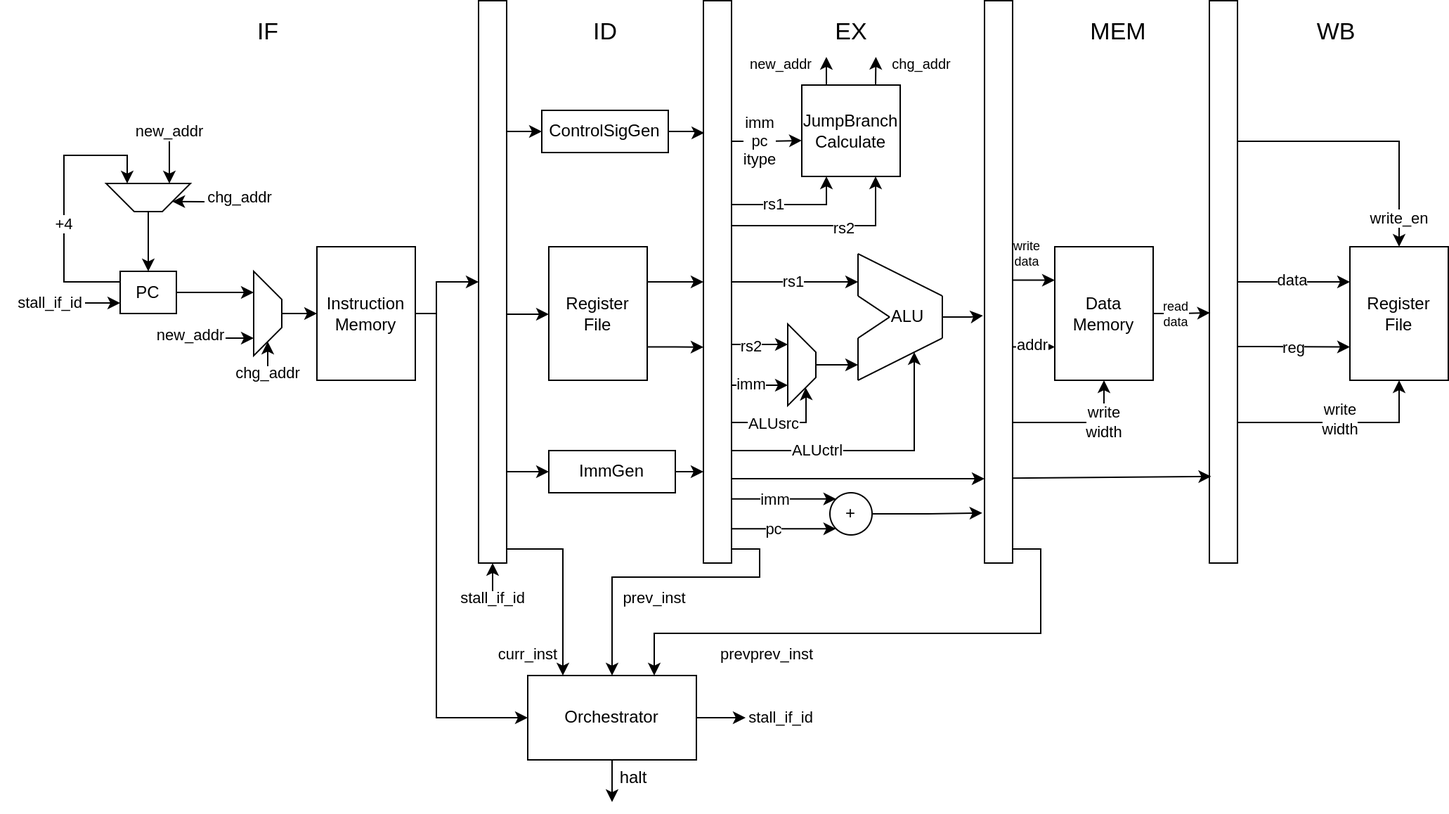
The draw.io diagram Report/Text/MainBody/img/processor_5stage_pipeline.drawio.png in ntpt7921/CompEngProj, before a commit. Source tidied: cells renumbered, new cells last; positions are measured from the earlier drawing's top-left corner, leaving out a move shared by most shapes.
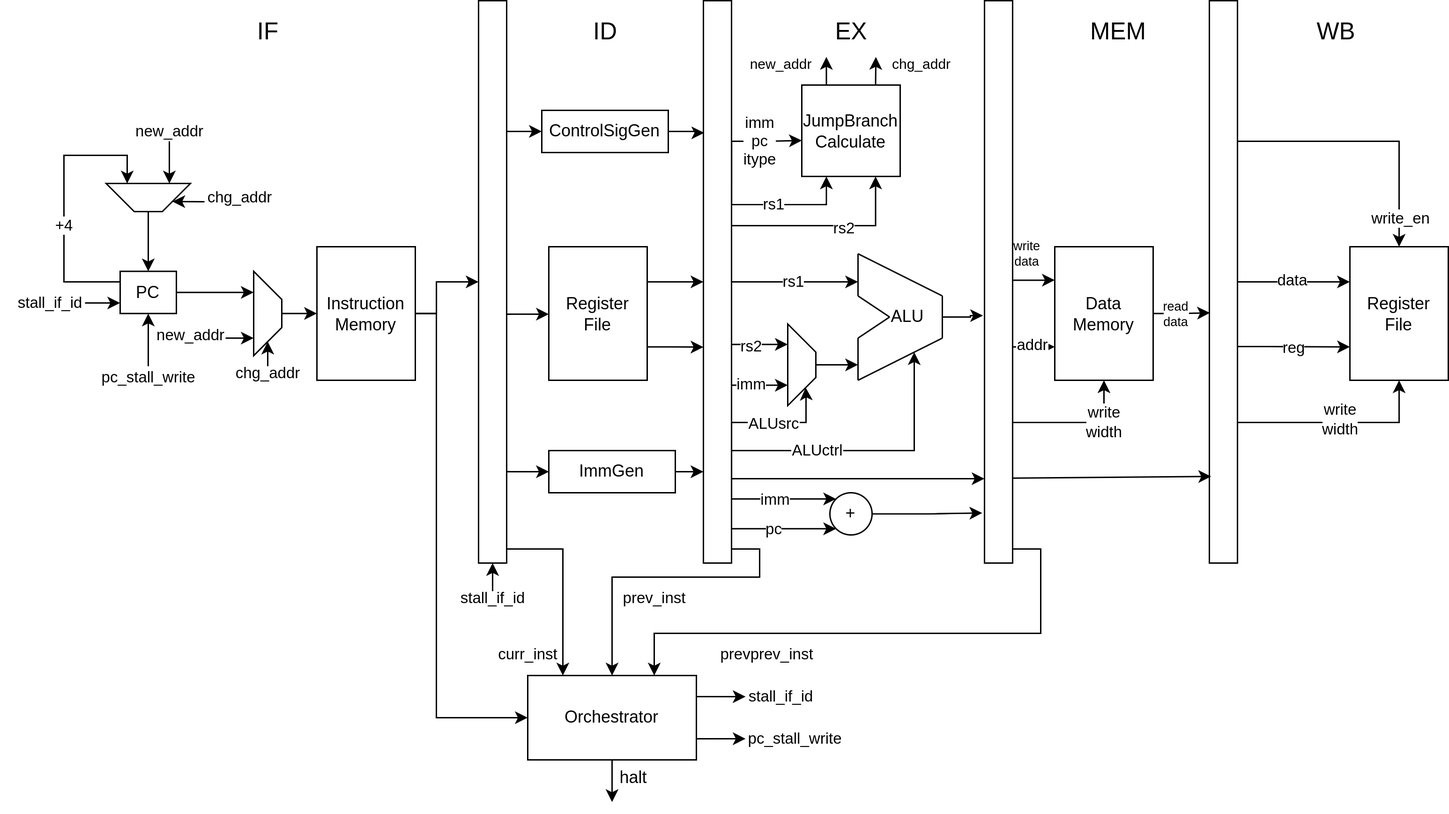
Above is the later version.

Change to the diagram source:
```diff
@@ -411,16 +411,21 @@
     <mxCell id="83" style="rounded=0;whiteSpace=wrap;html=1;" parent="1" vertex="1">
       <mxGeometry x="860" width="20" height="400" as="geometry" />
     </mxCell>
-    <mxCell id="84" style="edgeStyle=orthogonalEdgeStyle;rounded=0;jettySize=auto;html=1;exitX=1;exitY=0.5;exitDx=0;exitDy=0;" parent="1" edge="1" source="86">
-      <mxGeometry relative="1" as="geometry">
-        <mxPoint x="530" y="509.8" as="targetPoint" />
-      </mxGeometry>
-    </mxCell>
     <mxCell id="85" style="edgeStyle=orthogonalEdgeStyle;rounded=0;jettySize=auto;html=1;" parent="1" edge="1" source="86">
       <mxGeometry relative="1" as="geometry">
         <mxPoint x="435" y="570" as="targetPoint" />
       </mxGeometry>
     </mxCell>
+    <mxCell id="114" style="edgeStyle=orthogonalEdgeStyle;rounded=0;jettySize=auto;html=1;exitX=1;exitY=0.25;exitDx=0;exitDy=0;" parent="1" edge="1" source="86">
+      <mxGeometry relative="1" as="geometry">
+        <mxPoint x="530" y="495.3" as="targetPoint" />
+      </mxGeometry>
+    </mxCell>
+    <mxCell id="115" style="edgeStyle=orthogonalEdgeStyle;rounded=0;jettySize=auto;html=1;exitX=1;exitY=0.75;exitDx=0;exitDy=0;" parent="1" edge="1" source="86">
+      <mxGeometry relative="1" as="geometry">
+        <mxPoint x="530" y="525" as="targetPoint" />
+      </mxGeometry>
+    </mxCell>
     <mxCell id="86" value="Orchestrator" style="rounded=0;whiteSpace=wrap;html=1;" parent="1" vertex="1">
       <mxGeometry x="375" y="480" width="120" height="60" as="geometry" />
     </mxCell>
@@ -503,7 +508,7 @@
       <mxGeometry relative="1" as="geometry" />
     </mxCell>
     <mxCell id="109" value="&lt;font style=&quot;font-size: 11px;&quot;&gt;stall_if_id&lt;/font&gt;" style="text;html=1;align=center;verticalAlign=middle;strokeColor=none;fillColor=none;" parent="1" vertex="1">
-      <mxGeometry x="520" y="495" width="70" height="30" as="geometry" />
+      <mxGeometry x="520" y="480" width="70" height="30" as="geometry" />
     </mxCell>
     <mxCell id="110" value="&lt;font style=&quot;font-size: 11px;&quot;&gt;stall_if_id&lt;/font&gt;" style="text;html=1;align=center;verticalAlign=middle;strokeColor=none;fillColor=none;" parent="1" vertex="1">
       <mxGeometry y="200" width="70" height="30" as="geometry" />
@@ -517,5 +522,16 @@
     <mxCell id="113" value="&lt;font style=&quot;font-size: 10px;&quot;&gt;chg_addr&lt;/font&gt;" style="text;html=1;align=center;verticalAlign=middle;strokeColor=none;fillColor=none;" parent="1" vertex="1">
       <mxGeometry x="620" y="30" width="70" height="30" as="geometry" />
     </mxCell>
+    <mxCell id="116" value="&lt;font style=&quot;font-size: 11px;&quot;&gt;pc_stall_write&lt;/font&gt;" style="text;html=1;align=center;verticalAlign=middle;strokeColor=none;fillColor=none;" parent="1" vertex="1">
+      <mxGeometry x="520" y="510" width="90" height="30" as="geometry" />
+    </mxCell>
+    <mxCell id="117" value="&lt;font style=&quot;font-size: 11px;&quot;&gt;pc_stall_write&lt;/font&gt;" style="text;html=1;align=center;verticalAlign=middle;strokeColor=none;fillColor=none;" parent="1" vertex="1">
+      <mxGeometry x="60" y="252.5" width="90" height="30" as="geometry" />
+    </mxCell>
+    <mxCell id="118" style="endArrow=classic;html=1;rounded=0;entryX=0.5;entryY=1;entryDx=0;entryDy=0;" parent="1" edge="1" target="5">
+      <mxGeometry relative="1" as="geometry">
+        <mxPoint x="105" y="260" as="sourcePoint" />
+      </mxGeometry>
+    </mxCell>
   </root>
 </mxGraphModel>
```
